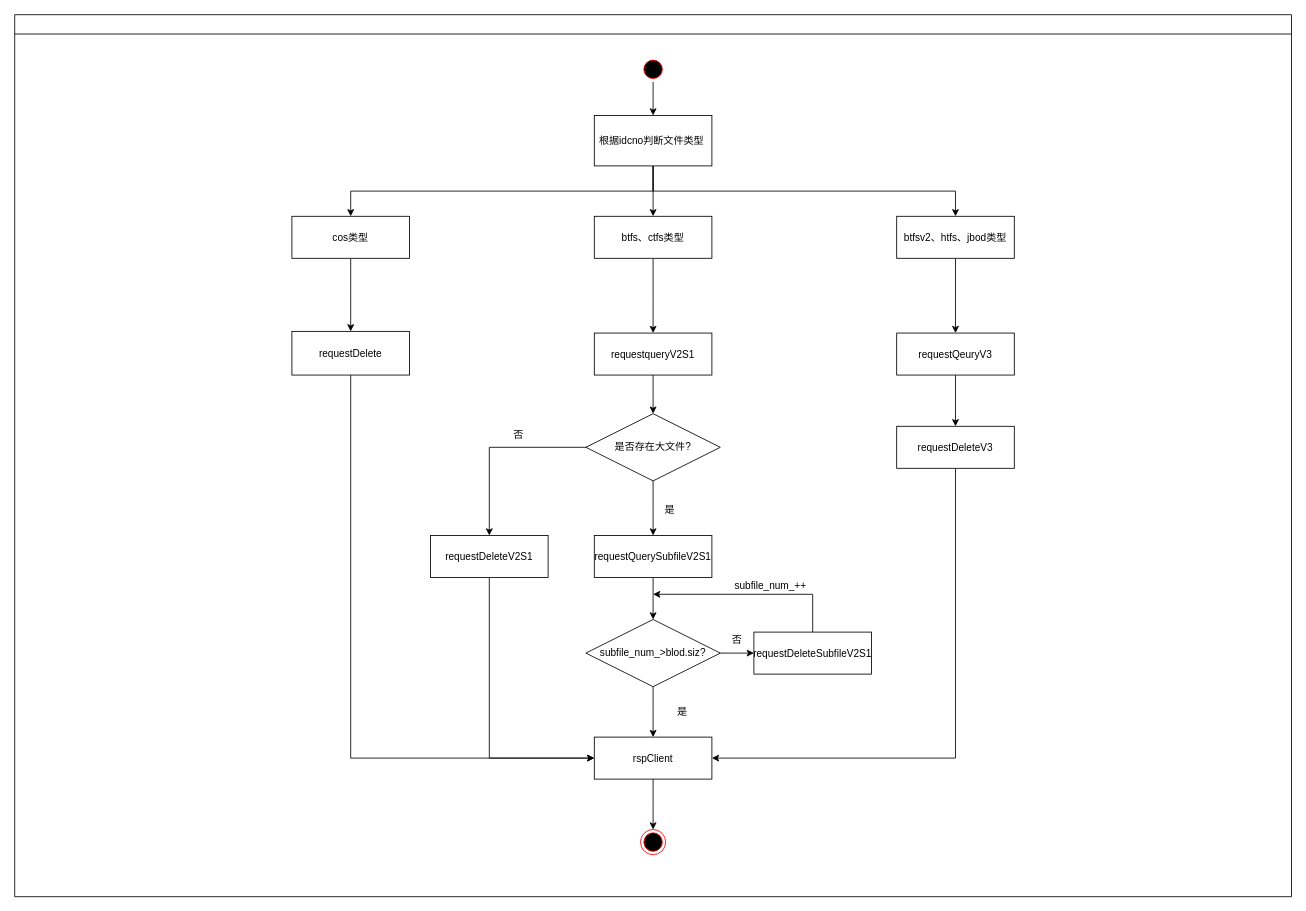
The draw.io diagram Untitled Diagram.drawio in NobodyKnowLuo/MyGit, before the edit. Source tidied: cells renumbered, new cells numbered last; positions are measured from the earlier drawing's top-left corner, leaving out a move shared by most shapes. Both pictures are drawn from the tidied source at 84%, with x=0, y=0 at pixel (14, 14).
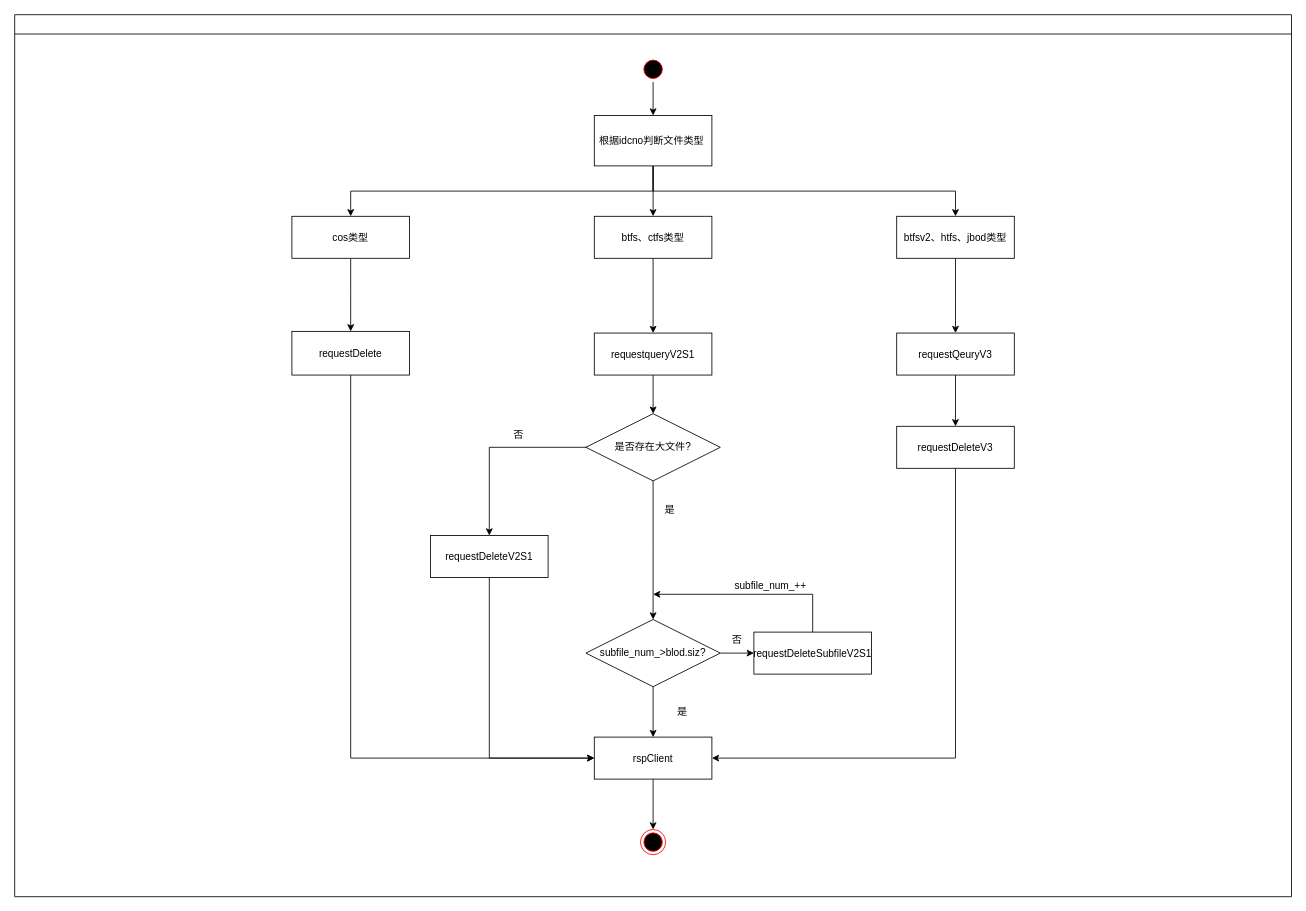
The same diagram, later.

The change refers to these unchanged cells:
```xml
<mxCell id="2" style="swimlane;whiteSpace=wrap;" parent="1" vertex="1">
  <mxGeometry width="1520" height="1050" as="geometry" />
</mxCell>
<mxCell id="25" value="是否存在大文件?" style="rhombus;whiteSpace=wrap;html=1;" parent="2" vertex="1">
  <mxGeometry x="680" y="475" width="160" height="80" as="geometry" />
</mxCell>
<mxCell id="34" value="subfile_num_&amp;gt;blod.siz?" style="rhombus;whiteSpace=wrap;html=1;" parent="2" vertex="1">
  <mxGeometry x="680" y="720" width="160" height="80" as="geometry" />
</mxCell>
```

The edit, as a diff of the source:
```diff
@@
-    <mxCell id="24" style="edgeStyle=elbowEdgeStyle;rounded=0;jettySize=auto;elbow=vertical;html=1;exitX=0.5;exitY=1;exitDx=0;exitDy=0;" parent="2" edge="1" source="25" target="30">
+    <mxCell id="24" style="edgeStyle=elbowEdgeStyle;rounded=0;jettySize=auto;elbow=vertical;html=1;exitX=0.5;exitY=1;exitDx=0;exitDy=0;" parent="2" edge="1" source="25" target="34">
       <mxGeometry relative="1" as="geometry" />
     </mxCell>
@@
-    <mxCell id="29" style="edgeStyle=elbowEdgeStyle;rounded=0;jettySize=auto;elbow=vertical;html=1;exitX=0.5;exitY=1;exitDx=0;exitDy=0;entryX=0.5;entryY=0;entryDx=0;entryDy=0;fillColor=#000000;" parent="2" edge="1" source="30" target="34">
-      <mxGeometry relative="1" as="geometry" />
-    </mxCell>
-    <mxCell id="30" value="requestQuerySubfileV2S1" parent="2" vertex="1">
-      <mxGeometry x="690" y="620" width="140" height="50" as="geometry" />
-    </mxCell>
```
